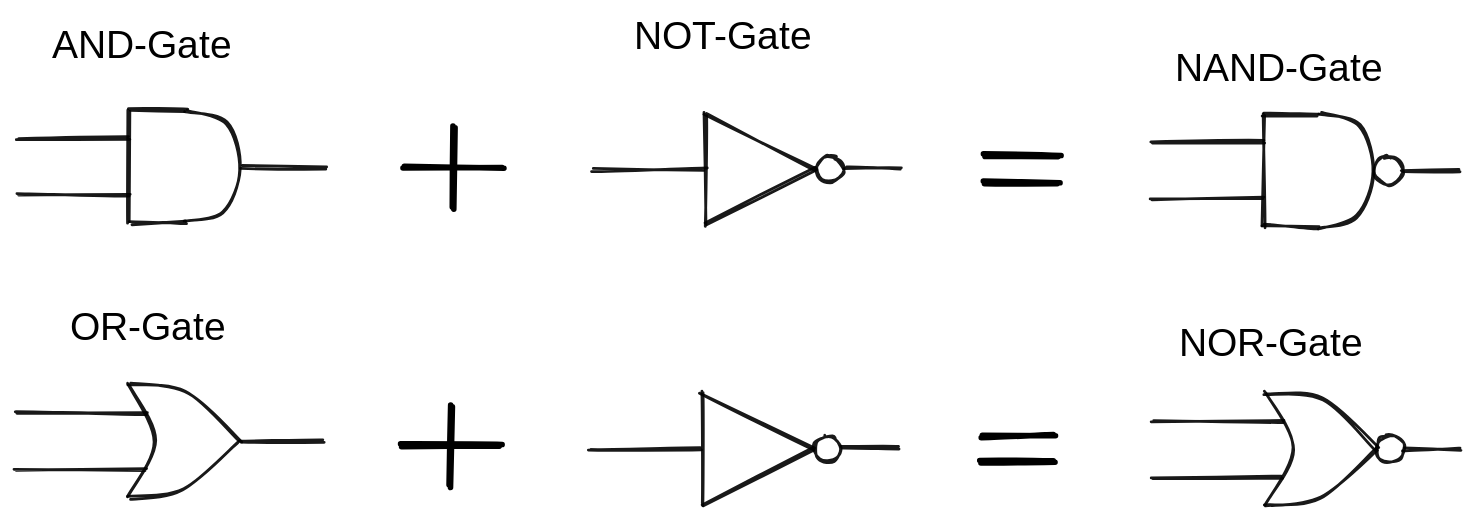
Earlier version of the Excalidraw export .gitbook/assets/file.excalidraw.svg (winf-hsos/winf-docs). Source tidied: one line per element, renumbered; positions are measured from the earlier drawing's top-left corner, leaving out a move shared by most shapes.
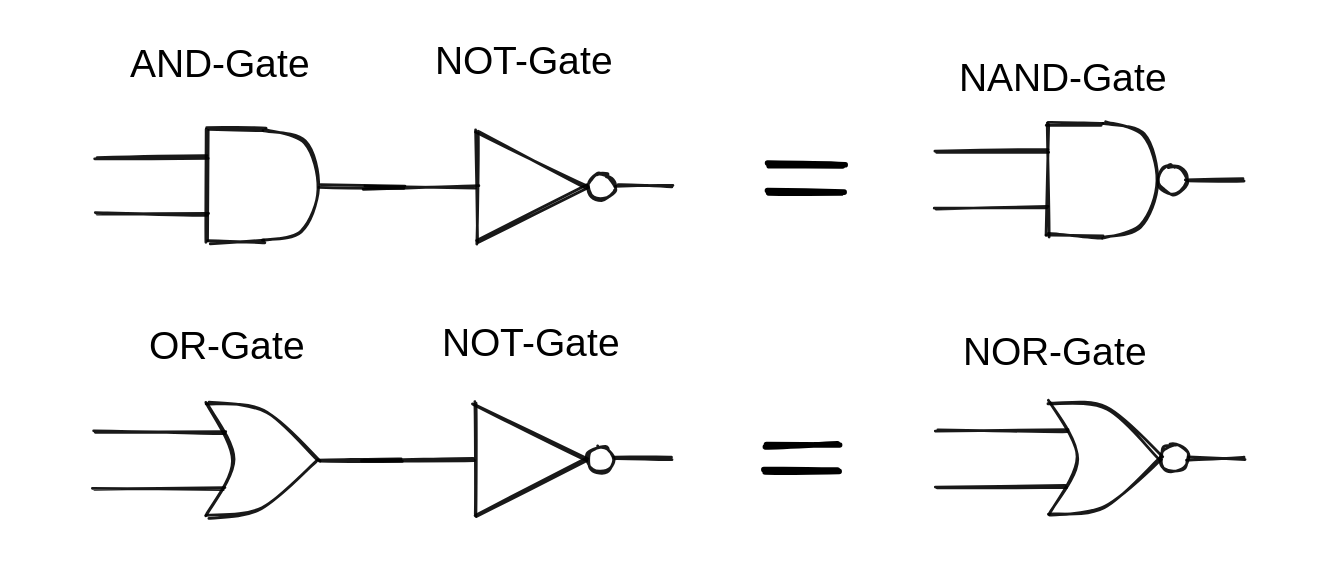
Above is the later version.

Change to the diagram source:
```diff
@@ -1,53 +1,51 @@
-{"id": 0, "type": "line", "strokeColor": "#000000", "strokeWidth": 2, "roughness": 1, "opacity": 90, "round": true, "x": 990, "y": 112, "width": 40, "height": 0, "points": [[0, 0], [40, 0]]}
+{"id": 0, "type": "line", "strokeColor": "#000000", "strokeWidth": 2, "roughness": 1, "opacity": 90, "round": true, "x": 888, "y": 105, "width": 40, "height": 0, "points": [[0, 0], [40, 0]]}
-{"id": 1, "type": "line", "strokeColor": "#000000", "strokeWidth": 2, "roughness": 1, "opacity": 90, "round": true, "x": 811, "y": 92, "width": 80, "height": 0, "points": [[0, 0], [80, 0]]}
+{"id": 1, "type": "line", "strokeColor": "#000000", "strokeWidth": 2, "roughness": 1, "opacity": 90, "round": true, "x": 709, "y": 85, "width": 80, "height": 0, "points": [[0, 0], [80, 0]]}
-{"id": 2, "type": "line", "strokeColor": "#000000", "strokeWidth": 2, "roughness": 1, "opacity": 90, "round": true, "x": 811, "y": 132, "width": 80, "height": 0, "points": [[0, 0], [80, 0]]}
+{"id": 2, "type": "line", "strokeColor": "#000000", "strokeWidth": 2, "roughness": 1, "opacity": 90, "round": true, "x": 709, "y": 125, "width": 80, "height": 0, "points": [[0, 0], [80, 0]]}
-{"id": 3, "type": "line", "strokeColor": "#000000", "strokeWidth": 2, "roughness": 1, "opacity": 90, "round": true, "x": 891, "y": 72, "width": 0, "height": 80, "points": [[0, 0], [0, 80]]}
+{"id": 3, "type": "line", "strokeColor": "#000000", "strokeWidth": 2, "roughness": 1, "opacity": 90, "round": true, "x": 789, "y": 65, "width": 0, "height": 80, "points": [[0, 0], [0, 80]]}
-{"id": 4, "type": "line", "strokeColor": "#000000", "strokeWidth": 2, "roughness": 1, "opacity": 90, "round": true, "x": 891, "y": 72, "width": 40, "height": 0, "points": [[0, 0], [40, 0]]}
+{"id": 4, "type": "line", "strokeColor": "#000000", "strokeWidth": 2, "roughness": 1, "opacity": 90, "round": true, "x": 789, "y": 65, "width": 40, "height": 0, "points": [[0, 0], [40, 0]]}
-{"id": 5, "type": "line", "strokeColor": "#000000", "strokeWidth": 2, "roughness": 1, "opacity": 90, "round": true, "x": 891, "y": 152, "width": 40, "height": 0, "points": [[0, 0], [40, 0]]}
+{"id": 5, "type": "line", "strokeColor": "#000000", "strokeWidth": 2, "roughness": 1, "opacity": 90, "round": true, "x": 789, "y": 145, "width": 40, "height": 0, "points": [[0, 0], [40, 0]]}
-{"id": 6, "type": "line", "strokeColor": "#000000", "strokeWidth": 2, "roughness": 1, "opacity": 90, "round": true, "x": 931, "y": 72, "width": 38, "height": 80, "points": [[0, 0], [29, 8], [38, 41], [27, 73], [0, 80]]}
+{"id": 6, "type": "line", "strokeColor": "#000000", "strokeWidth": 2, "roughness": 1, "opacity": 90, "round": true, "x": 829, "y": 65, "width": 38, "height": 80, "points": [[0, 0], [29, 8], [38, 41], [27, 73], [0, 80]]}
-{"id": 7, "type": "ellipse", "strokeColor": "#000000", "strokeWidth": 2, "roughness": 1, "opacity": 90, "round": true, "x": 970, "y": 102, "width": 20, "height": 20}
+{"id": 7, "type": "ellipse", "strokeColor": "#000000", "strokeWidth": 2, "roughness": 1, "opacity": 90, "round": true, "x": 868, "y": 95, "width": 20, "height": 20}
-{"id": 8, "type": "line", "strokeColor": "#000000", "strokeWidth": 2, "roughness": 1, "opacity": 90, "round": true, "x": 991, "y": 310, "width": 40, "height": 0, "points": [[0, 0], [40, 0]]}
+{"id": 8, "type": "line", "strokeColor": "#000000", "strokeWidth": 2, "roughness": 1, "opacity": 90, "round": true, "x": 889, "y": 303, "width": 40, "height": 0, "points": [[0, 0], [40, 0]]}
-{"id": 9, "type": "line", "strokeColor": "#000000", "strokeWidth": 2, "roughness": 1, "opacity": 90, "round": true, "x": 811, "y": 291, "width": 93, "height": 0, "points": [[0, 0], [93, 0]]}
+{"id": 9, "type": "line", "strokeColor": "#000000", "strokeWidth": 2, "roughness": 1, "opacity": 90, "round": true, "x": 709, "y": 284, "width": 93, "height": 0, "points": [[0, 0], [93, 0]]}
-{"id": 10, "type": "line", "strokeColor": "#000000", "strokeWidth": 2, "roughness": 1, "opacity": 90, "round": true, "x": 811, "y": 331, "width": 93, "height": 0, "points": [[0, 0], [93, 0]]}
+{"id": 10, "type": "line", "strokeColor": "#000000", "strokeWidth": 2, "roughness": 1, "opacity": 90, "round": true, "x": 709, "y": 324, "width": 93, "height": 0, "points": [[0, 0], [93, 0]]}
-{"id": 11, "type": "line", "strokeColor": "#000000", "strokeWidth": 2, "roughness": 1, "opacity": 90, "round": true, "x": 891, "y": 271, "width": 20, "height": 80, "points": [[0, 0], [20, 40], [0, 80]]}
+{"id": 11, "type": "line", "strokeColor": "#000000", "strokeWidth": 2, "roughness": 1, "opacity": 90, "round": true, "x": 789, "y": 264, "width": 20, "height": 80, "points": [[0, 0], [20, 40], [0, 80]]}
-{"id": 12, "type": "line", "strokeColor": "#000000", "strokeWidth": 2, "roughness": 1, "opacity": 90, "round": true, "x": 891, "y": 271, "width": 80, "height": 40, "points": [[0, 0], [42, 4], [80, 40]]}
+{"id": 12, "type": "line", "strokeColor": "#000000", "strokeWidth": 2, "roughness": 1, "opacity": 90, "round": true, "x": 789, "y": 264, "width": 80, "height": 40, "points": [[0, 0], [42, 4], [80, 40]]}
-{"id": 13, "type": "line", "strokeColor": "#000000", "strokeWidth": 2, "roughness": 1, "opacity": 90, "round": true, "x": 891, "y": 351, "width": 80, "height": 40, "points": [[0, 0], [39, -5], [80, -40]]}
+{"id": 13, "type": "line", "strokeColor": "#000000", "strokeWidth": 2, "roughness": 1, "opacity": 90, "round": true, "x": 789, "y": 344, "width": 80, "height": 40, "points": [[0, 0], [39, -5], [80, -40]]}
-{"id": 14, "type": "ellipse", "strokeColor": "#000000", "strokeWidth": 2, "roughness": 1, "opacity": 90, "round": true, "x": 971, "y": 300, "width": 20, "height": 20}
+{"id": 14, "type": "ellipse", "strokeColor": "#000000", "strokeWidth": 2, "roughness": 1, "opacity": 90, "round": true, "x": 869, "y": 293, "width": 20, "height": 20}
-{"id": 15, "type": "text", "text": "NAND-Gate", "strokeColor": "#000000", "strokeWidth": 1, "roughness": 1, "fontSize": 28, "fontFamily": 1, "x": 828, "y": 23, "width": 162, "height": 35}
+{"id": 15, "type": "text", "text": "NAND-Gate", "strokeColor": "#000000", "strokeWidth": 1, "roughness": 1, "fontSize": 28, "fontFamily": 1, "x": 726, "y": 16, "width": 162, "height": 35}
-{"id": 16, "type": "text", "text": "NOR-Gate", "strokeColor": "#000000", "strokeWidth": 1, "roughness": 1, "fontSize": 28, "fontFamily": 1, "x": 830, "y": 219, "width": 143, "height": 35}
+{"id": 16, "type": "text", "text": "NOR-Gate", "strokeColor": "#000000", "strokeWidth": 1, "roughness": 1, "fontSize": 28, "fontFamily": 1, "x": 728, "y": 212, "width": 143, "height": 35}
-{"id": 17, "type": "line", "strokeColor": "#000000", "strokeWidth": 2, "roughness": 1, "opacity": 90, "round": true, "x": 412, "y": 111, "width": 80, "height": 0, "points": [[0, 0], [80, 0]]}
+{"id": 17, "type": "line", "strokeColor": "#000000", "strokeWidth": 2, "roughness": 1, "opacity": 90, "round": true, "x": 301, "y": 110, "width": 80, "height": 0, "points": [[0, 0], [80, 0]]}
-{"id": 18, "type": "line", "strokeColor": "#000000", "strokeWidth": 2, "roughness": 1, "opacity": 90, "round": true, "x": 492, "y": 71, "width": 0, "height": 80, "points": [[0, 0], [0, 80]]}
+{"id": 18, "type": "line", "strokeColor": "#000000", "strokeWidth": 2, "roughness": 1, "opacity": 90, "round": true, "x": 381, "y": 70, "width": 0, "height": 80, "points": [[0, 0], [0, 80]]}
-{"id": 19, "type": "line", "strokeColor": "#000000", "strokeWidth": 2, "roughness": 1, "opacity": 90, "round": true, "x": 492, "y": 71, "width": 80, "height": 40, "points": [[0, 0], [80, 40]]}
+{"id": 19, "type": "line", "strokeColor": "#000000", "strokeWidth": 2, "roughness": 1, "opacity": 90, "round": true, "x": 381, "y": 70, "width": 80, "height": 40, "points": [[0, 0], [80, 40]]}
-{"id": 20, "type": "line", "strokeColor": "#000000", "strokeWidth": 2, "roughness": 1, "opacity": 90, "round": true, "x": 492, "y": 151, "width": 80, "height": 40, "points": [[0, 0], [80, -40]]}
+{"id": 20, "type": "line", "strokeColor": "#000000", "strokeWidth": 2, "roughness": 1, "opacity": 90, "round": true, "x": 381, "y": 150, "width": 80, "height": 40, "points": [[0, 0], [80, -40]]}
-{"id": 21, "type": "line", "strokeColor": "#000000", "strokeWidth": 2, "roughness": 1, "opacity": 90, "round": true, "x": 591, "y": 111, "width": 40, "height": 0, "points": [[0, 0], [40, 0]]}
+{"id": 21, "type": "line", "strokeColor": "#000000", "strokeWidth": 2, "roughness": 1, "opacity": 90, "round": true, "x": 480, "y": 110, "width": 40, "height": 0, "points": [[0, 0], [40, 0]]}
-{"id": 22, "type": "ellipse", "strokeColor": "#000000", "strokeWidth": 2, "roughness": 1, "opacity": 90, "round": true, "x": 572, "y": 102, "width": 18, "height": 18}
+{"id": 22, "type": "ellipse", "strokeColor": "#000000", "strokeWidth": 2, "roughness": 1, "opacity": 90, "round": true, "x": 461, "y": 101, "width": 18, "height": 18}
-{"id": 23, "type": "line", "strokeColor": "#000000", "strokeWidth": 2, "roughness": 1, "opacity": 90, "round": true, "x": 161, "y": 109, "width": 60, "height": 0, "points": [[0, 0], [60, 0]]}
+{"id": 23, "type": "line", "strokeColor": "#000000", "strokeWidth": 2, "roughness": 1, "opacity": 90, "round": true, "x": 269, "y": 109, "width": 60, "height": 0, "points": [[0, 0], [60, 0]]}
-{"id": 24, "type": "line", "strokeColor": "#000000", "strokeWidth": 2, "roughness": 1, "opacity": 90, "round": true, "x": 1, "y": 89, "width": 80, "height": 0, "points": [[0, 0], [80, 0]]}
+{"id": 24, "type": "line", "strokeColor": "#000000", "strokeWidth": 2, "roughness": 1, "opacity": 90, "round": true, "x": 109, "y": 89, "width": 80, "height": 0, "points": [[0, 0], [80, 0]]}
-{"id": 25, "type": "line", "strokeColor": "#000000", "strokeWidth": 2, "roughness": 1, "opacity": 90, "round": true, "x": 1, "y": 129, "width": 80, "height": 0, "points": [[0, 0], [80, 0]]}
+{"id": 25, "type": "line", "strokeColor": "#000000", "strokeWidth": 2, "roughness": 1, "opacity": 90, "round": true, "x": 109, "y": 129, "width": 80, "height": 0, "points": [[0, 0], [80, 0]]}
-{"id": 26, "type": "line", "strokeColor": "#000000", "strokeWidth": 2, "roughness": 1, "opacity": 90, "round": true, "x": 81, "y": 69, "width": 0, "height": 80, "points": [[0, 0], [0, 80]]}
+{"id": 26, "type": "line", "strokeColor": "#000000", "strokeWidth": 2, "roughness": 1, "opacity": 90, "round": true, "x": 189, "y": 69, "width": 0, "height": 80, "points": [[0, 0], [0, 80]]}
-{"id": 27, "type": "line", "strokeColor": "#000000", "strokeWidth": 2, "roughness": 1, "opacity": 90, "round": true, "x": 81, "y": 69, "width": 40, "height": 0, "points": [[0, 0], [40, 0]]}
+{"id": 27, "type": "line", "strokeColor": "#000000", "strokeWidth": 2, "roughness": 1, "opacity": 90, "round": true, "x": 189, "y": 69, "width": 40, "height": 0, "points": [[0, 0], [40, 0]]}
-{"id": 28, "type": "line", "strokeColor": "#000000", "strokeWidth": 2, "roughness": 1, "opacity": 90, "round": true, "x": 81, "y": 149, "width": 40, "height": 0, "points": [[0, 0], [40, 0]]}
+{"id": 28, "type": "line", "strokeColor": "#000000", "strokeWidth": 2, "roughness": 1, "opacity": 90, "round": true, "x": 189, "y": 149, "width": 40, "height": 0, "points": [[0, 0], [40, 0]]}
-{"id": 29, "type": "line", "strokeColor": "#000000", "strokeWidth": 2, "roughness": 1, "opacity": 90, "round": true, "x": 121, "y": 69, "width": 38, "height": 80, "points": [[0, 0], [29, 8], [38, 41], [27, 73], [0, 80]]}
+{"id": 29, "type": "line", "strokeColor": "#000000", "strokeWidth": 2, "roughness": 1, "opacity": 90, "round": true, "x": 229, "y": 69, "width": 38, "height": 80, "points": [[0, 0], [29, 8], [38, 41], [27, 73], [0, 80]]}
-{"id": 30, "type": "line", "strokeColor": "#000000", "strokeWidth": 2, "roughness": 1, "opacity": 90, "round": true, "x": 160, "y": 305, "width": 60, "height": 0, "points": [[0, 0], [60, 0]]}
+{"id": 30, "type": "line", "strokeColor": "#000000", "strokeWidth": 2, "roughness": 1, "opacity": 90, "round": true, "x": 268, "y": 305, "width": 60, "height": 0, "points": [[0, 0], [60, 0]]}
-{"id": 31, "type": "line", "strokeColor": "#000000", "strokeWidth": 2, "roughness": 1, "opacity": 90, "round": true, "x": 0, "y": 285, "width": 93, "height": 0, "points": [[0, 0], [93, 0]]}
+{"id": 31, "type": "line", "strokeColor": "#000000", "strokeWidth": 2, "roughness": 1, "opacity": 90, "round": true, "x": 108, "y": 285, "width": 93, "height": 0, "points": [[0, 0], [93, 0]]}
-{"id": 32, "type": "line", "strokeColor": "#000000", "strokeWidth": 2, "roughness": 1, "opacity": 90, "round": true, "x": 0, "y": 325, "width": 93, "height": 0, "points": [[0, 0], [93, 0]]}
+{"id": 32, "type": "line", "strokeColor": "#000000", "strokeWidth": 2, "roughness": 1, "opacity": 90, "round": true, "x": 108, "y": 325, "width": 93, "height": 0, "points": [[0, 0], [93, 0]]}
-{"id": 33, "type": "line", "strokeColor": "#000000", "strokeWidth": 2, "roughness": 1, "opacity": 90, "round": true, "x": 80, "y": 265, "width": 20, "height": 80, "points": [[0, 0], [20, 40], [0, 80]]}
+{"id": 33, "type": "line", "strokeColor": "#000000", "strokeWidth": 2, "roughness": 1, "opacity": 90, "round": true, "x": 188, "y": 265, "width": 20, "height": 80, "points": [[0, 0], [20, 40], [0, 80]]}
-{"id": 34, "type": "line", "strokeColor": "#000000", "strokeWidth": 2, "roughness": 1, "opacity": 90, "round": true, "x": 80, "y": 265, "width": 80, "height": 40, "points": [[0, 0], [42, 4], [80, 40]]}
+{"id": 34, "type": "line", "strokeColor": "#000000", "strokeWidth": 2, "roughness": 1, "opacity": 90, "round": true, "x": 188, "y": 265, "width": 80, "height": 40, "points": [[0, 0], [42, 4], [80, 40]]}
-{"id": 35, "type": "line", "strokeColor": "#000000", "strokeWidth": 2, "roughness": 1, "opacity": 90, "round": true, "x": 80, "y": 345, "width": 80, "height": 40, "points": [[0, 0], [39, -5], [80, -40]]}
+{"id": 35, "type": "line", "strokeColor": "#000000", "strokeWidth": 2, "roughness": 1, "opacity": 90, "round": true, "x": 188, "y": 345, "width": 80, "height": 40, "points": [[0, 0], [39, -5], [80, -40]]}
-{"id": 36, "type": "text", "text": "NOT-Gate", "strokeColor": "#000000", "strokeWidth": 1, "roughness": 1, "fontSize": 28, "fontFamily": 1, "x": 441, "y": 0, "width": 146, "height": 35}
+{"id": 36, "type": "text", "text": "NOT-Gate", "strokeColor": "#000000", "strokeWidth": 1, "roughness": 1, "fontSize": 28, "fontFamily": 1, "x": 351, "y": 4, "width": 146, "height": 35}
-{"id": 37, "type": "text", "text": "AND-Gate", "strokeColor": "#000000", "strokeWidth": 1, "roughness": 1, "fontSize": 28, "fontFamily": 1, "x": 25, "y": 6, "width": 144, "height": 35}
+{"id": 37, "type": "text", "text": "AND-Gate", "strokeColor": "#000000", "strokeWidth": 1, "roughness": 1, "fontSize": 28, "fontFamily": 1, "x": 133, "y": 6, "width": 144, "height": 35}
-{"id": 38, "type": "text", "text": "OR-Gate", "strokeColor": "#000000", "strokeWidth": 1, "roughness": 1, "fontSize": 28, "fontFamily": 1, "x": 39, "y": 208, "width": 125, "height": 35}
+{"id": 38, "type": "text", "text": "OR-Gate", "strokeColor": "#000000", "strokeWidth": 1, "roughness": 1, "fontSize": 28, "fontFamily": 1, "x": 147, "y": 208, "width": 125, "height": 35}
-{"id": 39, "type": "line", "strokeColor": "#000000", "strokeWidth": 4, "roughness": 1, "round": true, "x": 314, "y": 81, "width": 1, "height": 57, "points": [[0, 0], [-1, 57]]}
-{"id": 40, "type": "line", "strokeColor": "#000000", "strokeWidth": 4, "roughness": 1, "round": true, "x": 348, "y": 109, "width": 71, "height": 0, "points": [[0, 0], [-71, 0]]}
-{"id": 41, "type": "line", "strokeColor": "#000000", "strokeWidth": 4, "roughness": 1, "round": true, "x": 745, "y": 101, "width": 53, "height": 0, "points": [[0, 0], [-53, 0]]}
+{"id": 41, "type": "line", "strokeColor": "#000000", "strokeWidth": 4, "roughness": 1, "round": true, "x": 643, "y": 94, "width": 53, "height": 0, "points": [[0, 0], [-53, 0]]}
-{"id": 42, "type": "line", "strokeColor": "#000000", "strokeWidth": 4, "roughness": 1, "round": true, "x": 744, "y": 120, "width": 53, "height": 0, "points": [[0, 0], [-53, 0]]}
+{"id": 42, "type": "line", "strokeColor": "#000000", "strokeWidth": 4, "roughness": 1, "round": true, "x": 642, "y": 113, "width": 53, "height": 0, "points": [[0, 0], [-53, 0]]}
-{"id": 43, "type": "line", "strokeColor": "#000000", "strokeWidth": 2, "roughness": 1, "opacity": 90, "round": true, "x": 409, "y": 310, "width": 80, "height": 0, "points": [[0, 0], [80, 0]]}
+{"id": 43, "type": "line", "strokeColor": "#000000", "strokeWidth": 2, "roughness": 1, "opacity": 90, "round": true, "x": 299, "y": 304, "width": 80, "height": 0, "points": [[0, 0], [80, 0]]}
-{"id": 44, "type": "line", "strokeColor": "#000000", "strokeWidth": 2, "roughness": 1, "opacity": 90, "round": true, "x": 489, "y": 270, "width": 0, "height": 80, "points": [[0, 0], [0, 80]]}
+{"id": 44, "type": "line", "strokeColor": "#000000", "strokeWidth": 2, "roughness": 1, "opacity": 90, "round": true, "x": 379, "y": 264, "width": 0, "height": 80, "points": [[0, 0], [0, 80]]}
-{"id": 45, "type": "line", "strokeColor": "#000000", "strokeWidth": 2, "roughness": 1, "opacity": 90, "round": true, "x": 489, "y": 270, "width": 80, "height": 40, "points": [[0, 0], [80, 40]]}
+{"id": 45, "type": "line", "strokeColor": "#000000", "strokeWidth": 2, "roughness": 1, "opacity": 90, "round": true, "x": 379, "y": 264, "width": 80, "height": 40, "points": [[0, 0], [80, 40]]}
-{"id": 46, "type": "line", "strokeColor": "#000000", "strokeWidth": 2, "roughness": 1, "opacity": 90, "round": true, "x": 490, "y": 350, "width": 80, "height": 40, "points": [[0, 0], [80, -40]]}
+{"id": 46, "type": "line", "strokeColor": "#000000", "strokeWidth": 2, "roughness": 1, "opacity": 90, "round": true, "x": 380, "y": 344, "width": 80, "height": 40, "points": [[0, 0], [80, -40]]}
-{"id": 47, "type": "line", "strokeColor": "#000000", "strokeWidth": 2, "roughness": 1, "opacity": 90, "round": true, "x": 589, "y": 310, "width": 40, "height": 0, "points": [[0, 0], [40, 0]]}
+{"id": 47, "type": "line", "strokeColor": "#000000", "strokeWidth": 2, "roughness": 1, "opacity": 90, "round": true, "x": 479, "y": 304, "width": 40, "height": 0, "points": [[0, 0], [40, 0]]}
-{"id": 48, "type": "ellipse", "strokeColor": "#000000", "strokeWidth": 2, "roughness": 1, "opacity": 90, "round": true, "x": 570, "y": 301, "width": 18, "height": 18}
+{"id": 48, "type": "ellipse", "strokeColor": "#000000", "strokeWidth": 2, "roughness": 1, "opacity": 90, "round": true, "x": 460, "y": 295, "width": 18, "height": 18}
-{"id": 49, "type": "line", "strokeColor": "#000000", "strokeWidth": 4, "roughness": 1, "round": true, "x": 311, "y": 281, "width": 1, "height": 57, "points": [[0, 0], [-1, 57]]}
-{"id": 50, "type": "line", "strokeColor": "#000000", "strokeWidth": 4, "roughness": 1, "round": true, "x": 345, "y": 309, "width": 71, "height": 0, "points": [[0, 0], [-71, 0]]}
-{"id": 51, "type": "line", "strokeColor": "#000000", "strokeWidth": 4, "roughness": 1, "round": true, "x": 742, "y": 301, "width": 53, "height": 0, "points": [[0, 0], [-53, 0]]}
+{"id": 51, "type": "line", "strokeColor": "#000000", "strokeWidth": 4, "roughness": 1, "round": true, "x": 640, "y": 294, "width": 53, "height": 0, "points": [[0, 0], [-53, 0]]}
-{"id": 52, "type": "line", "strokeColor": "#000000", "strokeWidth": 4, "roughness": 1, "round": true, "x": 741, "y": 320, "width": 53, "height": 0, "points": [[0, 0], [-53, 0]]}
+{"id": 52, "type": "line", "strokeColor": "#000000", "strokeWidth": 4, "roughness": 1, "round": true, "x": 639, "y": 313, "width": 53, "height": 0, "points": [[0, 0], [-53, 0]]}
+{"id": 53, "type": "text", "text": "NOT-Gate", "strokeColor": "#000000", "strokeWidth": 1, "roughness": 1, "fontSize": 28, "fontFamily": 1, "x": 356, "y": 206, "width": 146, "height": 35}
+{"id": 54, "type": "rectangle", "strokeColor": "transparent", "strokeWidth": 1, "roughness": 1, "round": true, "x": 50, "y": -14, "width": 939, "height": 385}
```
